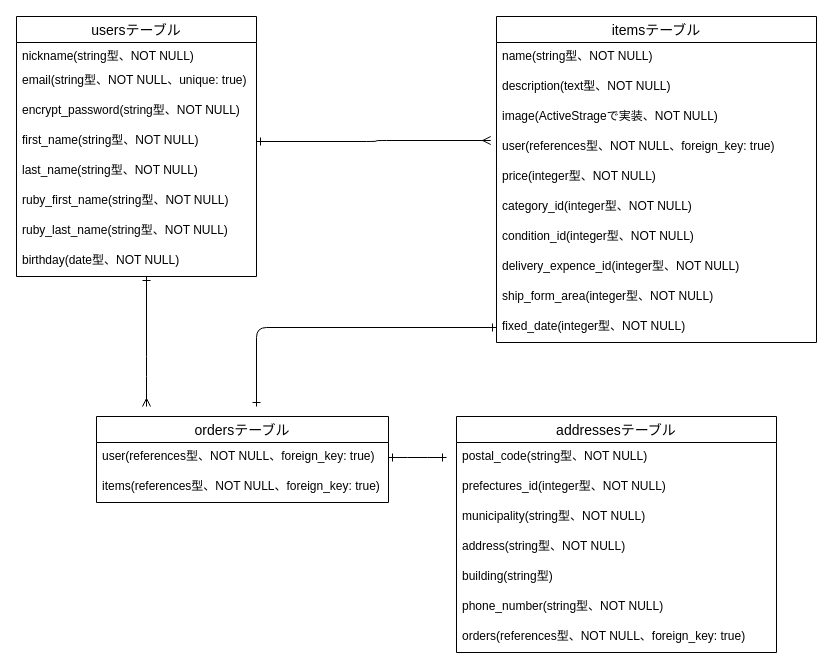
The draw.io diagram furima-35509.dio in techhomare/furima-35509, before the edit. Source tidied: cells renumbered, new cells numbered last; positions are measured from the earlier drawing's top-left corner, leaving out a move shared by most shapes. Both pictures are drawn from the tidied source at 100%, with x=0, y=0 at pixel (16, 16).
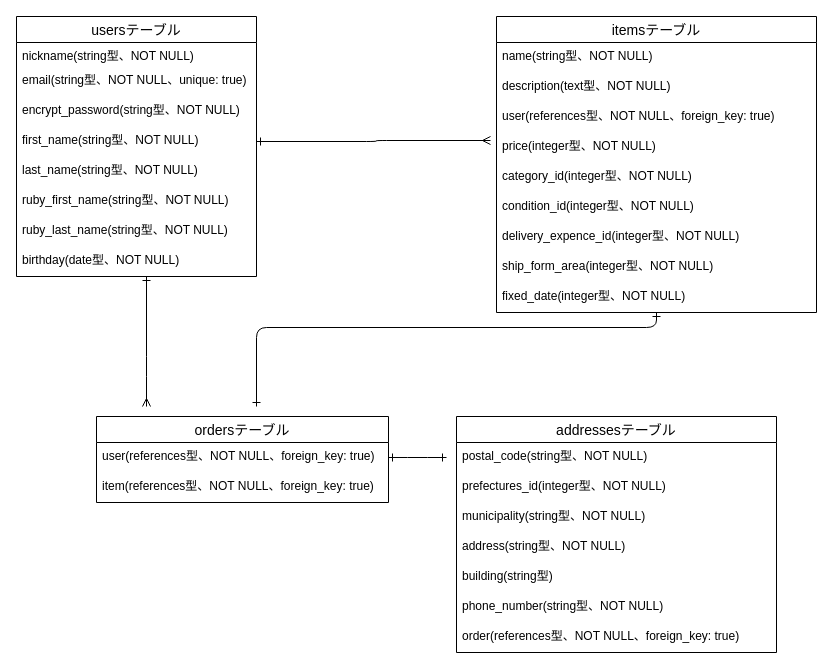
After the change.

Commit message (it also covers changes not shown here):
データベース設計の修正２

Unchanged cells that the change refers to:
```xml
<mxCell id="7" value="first_name(string型、NOT NULL)" style="text;strokeColor=none;fillColor=none;spacingLeft=4;spacingRight=4;overflow=hidden;points=[[0,0.5],[1,0.5]];portConstraint=eastwest;fontSize=12;" parent="3" vertex="1">
  <mxGeometry y="110" width="240" height="30" as="geometry" />
</mxCell>
<mxCell id="23" value="ordersテーブル" style="swimlane;fontStyle=0;horizontal=1;startSize=26;align=center;fontSize=14;" parent="1" vertex="1">
  <mxGeometry x="80" y="400" width="292" height="86" as="geometry" />
</mxCell>
<mxCell id="26" value="addressesテーブル" style="swimlane;fontStyle=0;horizontal=1;startSize=26;align=center;fontSize=14;" parent="1" vertex="1">
  <mxGeometry x="440" y="400" width="320" height="236" as="geometry" />
</mxCell>
```

Diff of the diagram source:
```diff
@@
     <mxCell id="12" value="itemsテーブル" style="swimlane;fontStyle=0;horizontal=1;startSize=26;align=center;fontSize=14;" parent="1" vertex="1">
-      <mxGeometry x="480" width="320" height="326" as="geometry" />
+      <mxGeometry x="480" width="320" height="296" as="geometry" />
     </mxCell>
@@
-    <mxCell id="15" value="image(ActiveStrageで実装、NOT NULL)&#10;" style="text;strokeColor=none;fillColor=none;spacingLeft=4;spacingRight=4;overflow=hidden;fontSize=12;" parent="12" vertex="1">
-      <mxGeometry y="86" width="320" height="30" as="geometry" />
-    </mxCell>
     <mxCell id="16" value="user(references型、NOT NULL、foreign_key: true)&#10;&#10;" style="text;strokeColor=none;fillColor=none;spacingLeft=4;spacingRight=4;overflow=hidden;points=[[0,0.5],[1,0.5]];portConstraint=eastwest;fontSize=12;" parent="12" vertex="1">
-      <mxGeometry y="116" width="320" height="30" as="geometry" />
+      <mxGeometry y="86" width="320" height="30" as="geometry" />
     </mxCell>
     <mxCell id="17" value="price(integer型、NOT NULL)" style="text;strokeColor=none;fillColor=none;spacingLeft=4;spacingRight=4;overflow=hidden;fontSize=12;" parent="12" vertex="1">
-      <mxGeometry y="146" width="320" height="30" as="geometry" />
+      <mxGeometry y="116" width="320" height="30" as="geometry" />
     </mxCell>
     <mxCell id="18" value="category_id(integer型、NOT NULL)" style="text;strokeColor=none;fillColor=none;spacingLeft=4;spacingRight=4;overflow=hidden;fontSize=12;" parent="12" vertex="1">
-      <mxGeometry y="176" width="320" height="30" as="geometry" />
+      <mxGeometry y="146" width="320" height="30" as="geometry" />
     </mxCell>
     <mxCell id="19" value="condition_id(integer型、NOT NULL)" style="text;strokeColor=none;fillColor=none;spacingLeft=4;spacingRight=4;overflow=hidden;fontSize=12;" parent="12" vertex="1">
-      <mxGeometry y="206" width="320" height="30" as="geometry" />
+      <mxGeometry y="176" width="320" height="30" as="geometry" />
     </mxCell>
     <mxCell id="20" value="delivery_expence_id(integer型、NOT NULL)" style="text;strokeColor=none;fillColor=none;spacingLeft=4;spacingRight=4;overflow=hidden;fontSize=12;" parent="12" vertex="1">
-      <mxGeometry y="236" width="320" height="30" as="geometry" />
+      <mxGeometry y="206" width="320" height="30" as="geometry" />
     </mxCell>
     <mxCell id="21" value="ship_form_area(integer型、NOT NULL)" style="text;strokeColor=none;fillColor=none;spacingLeft=4;spacingRight=4;overflow=hidden;fontSize=12;" parent="12" vertex="1">
-      <mxGeometry y="266" width="320" height="30" as="geometry" />
+      <mxGeometry y="236" width="320" height="30" as="geometry" />
     </mxCell>
     <mxCell id="22" value="fixed_date(integer型、NOT NULL)" style="text;strokeColor=none;fillColor=none;spacingLeft=4;spacingRight=4;overflow=hidden;points=[[0,0.5],[1,0.5]];portConstraint=eastwest;fontSize=12;" parent="12" vertex="1">
-      <mxGeometry y="296" width="320" height="30" as="geometry" />
+      <mxGeometry y="266" width="320" height="30" as="geometry" />
     </mxCell>
@@
-    <mxCell id="25" value="items(references型、NOT NULL、foreign_key: true)&#10;" style="text;strokeColor=none;fillColor=none;spacingLeft=4;spacingRight=4;overflow=hidden;fontSize=12;" parent="23" vertex="1">
+    <mxCell id="25" value="item(references型、NOT NULL、foreign_key: true)&#10;" style="text;strokeColor=none;fillColor=none;spacingLeft=4;spacingRight=4;overflow=hidden;fontSize=12;" parent="23" vertex="1">
       <mxGeometry y="56" width="292" height="30" as="geometry" />
     </mxCell>
@@
-    <mxCell id="33" value="orders(references型、NOT NULL、foreign_key: true)&#10;" style="text;strokeColor=none;fillColor=none;spacingLeft=4;spacingRight=4;overflow=hidden;fontSize=12;" parent="26" vertex="1">
+    <mxCell id="33" value="order(references型、NOT NULL、foreign_key: true)&#10;" style="text;strokeColor=none;fillColor=none;spacingLeft=4;spacingRight=4;overflow=hidden;fontSize=12;" parent="26" vertex="1">
       <mxGeometry y="206" width="320" height="30" as="geometry" />
     </mxCell>
-    <mxCell id="34" style="edgeStyle=orthogonalEdgeStyle;jettySize=auto;html=1;exitX=1;exitY=0.5;exitDx=0;exitDy=0;entryX=-0.018;entryY=0.267;entryDx=0;entryDy=0;entryPerimeter=0;endArrow=ERmany;endFill=0;startArrow=ERone;startFill=0;" parent="1" edge="1" source="7" target="16">
+    <mxCell id="34" style="edgeStyle=orthogonalEdgeStyle;jettySize=auto;html=1;exitX=1;exitY=0.5;exitDx=0;exitDy=0;endArrow=ERmany;endFill=0;startArrow=ERone;startFill=0;" parent="1" edge="1" source="7">
       <mxGeometry relative="1" as="geometry">
+        <mxPoint x="474" y="124" as="targetPoint" />
         <Array as="points">
           <mxPoint x="360" y="125" />
           <mxPoint x="360" y="124" />
         </Array>
       </mxGeometry>
     </mxCell>
```
